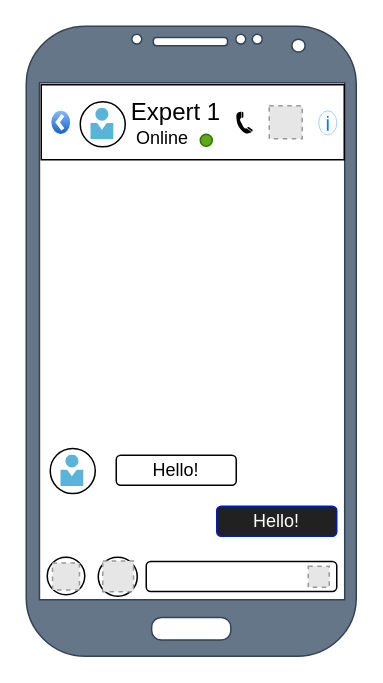
Above: ProtoTypes/ProtoType Week 3Diagram2.drawio in TeamProjectStarneo/get_help_app (draw.io), before the change. Source tidied: cells renumbered, new cells numbered last; positions are measured from the earlier drawing's top-left corner, leaving out a move shared by most shapes. Both pictures are drawn from the tidied source at 150%, with x=0, y=0 at pixel (26, 26). Pictures stored in the file or linked from it are replaced by grey dashed boxes.
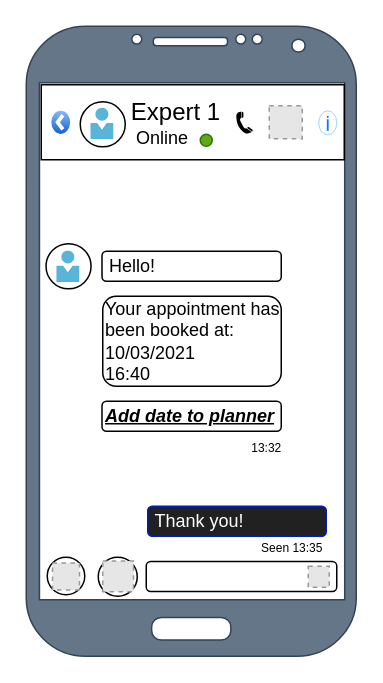
The same page after the edit.

Commit message:
Edited the messaging screen prototype :)

What changed in the source:
```diff
@@
     <mxCell id="4" style="ellipse;whiteSpace=wrap;html=1;" parent="1" vertex="1">
-      <mxGeometry x="16" y="281.5" width="30" height="30" as="geometry" />
+      <mxGeometry x="13.2" y="145" width="30" height="30" as="geometry" />
     </mxCell>
@@
     <mxCell id="12" style="html=1;align=center;image;fontSize=12;image=img/lib/mscae/Person.svg;" parent="1" vertex="1">
-      <mxGeometry x="23.2" y="286" width="15.5" height="21" as="geometry" />
+      <mxGeometry x="20.5" y="150" width="15.5" height="21" as="geometry" />
     </mxCell>
     <mxCell id="13" style="rounded=1;whiteSpace=wrap;html=1;" parent="1" vertex="1">
-      <mxGeometry x="60" y="286" width="80" height="20" as="geometry" />
+      <mxGeometry x="50.5" y="150" width="119.5" height="20" as="geometry" />
     </mxCell>
@@
     <mxCell id="22" value="Hello!" style="text;html=1;strokeColor=none;fillColor=none;align=center;verticalAlign=middle;whiteSpace=wrap;rounded=0;" parent="1" vertex="1">
-      <mxGeometry x="80" y="286" width="40" height="20" as="geometry" />
+      <mxGeometry x="51" y="150" width="40" height="20" as="geometry" />
     </mxCell>
     <mxCell id="23" style="rounded=1;whiteSpace=wrap;html=1;strokeColor=#001DBC;fontColor=#ffffff;fillColor=#212121;" parent="1" vertex="1">
-      <mxGeometry x="127" y="320" width="80" height="20" as="geometry" />
+      <mxGeometry x="81" y="320" width="119" height="20" as="geometry" />
     </mxCell>
-    <mxCell id="24" value="&lt;font color=&quot;#ffffff&quot;&gt;Hello!&lt;/font&gt;" style="text;html=1;align=center;verticalAlign=middle;whiteSpace=wrap;rounded=0;" parent="1" vertex="1">
-      <mxGeometry x="147" y="320" width="40" height="20" as="geometry" />
+    <mxCell id="24" value="&lt;font color=&quot;#ffffff&quot;&gt;Thank you!&lt;/font&gt;" style="text;html=1;align=left;verticalAlign=middle;whiteSpace=wrap;rounded=0;" parent="1" vertex="1">
+      <mxGeometry x="84" y="320" width="100" height="20" as="geometry" />
     </mxCell>
+    <mxCell id="25" value="Your appointment has been booked at: 10/03/2021&lt;br&gt;16:40&lt;br&gt;" style="rounded=1;whiteSpace=wrap;html=1;align=left;" parent="1" vertex="1">
+      <mxGeometry x="51" y="180" width="119" height="60" as="geometry" />
+    </mxCell>
+    <mxCell id="26" value="&lt;font style=&quot;font-size: 8px&quot;&gt;13:32&lt;/font&gt;" style="text;html=1;align=center;verticalAlign=middle;" parent="1" vertex="1">
+      <mxGeometry x="140" y="270" width="40" height="20" as="geometry" />
+    </mxCell>
+    <mxCell id="27" value="&lt;font style=&quot;font-size: 8px&quot;&gt;Seen 13:35&lt;/font&gt;" style="text;html=1;align=center;verticalAlign=middle;" parent="1" vertex="1">
+      <mxGeometry x="147" y="336.5" width="60" height="20" as="geometry" />
+    </mxCell>
+    <mxCell id="28" value="&lt;i&gt;&lt;b&gt;&lt;u&gt;Add date to planner&lt;/u&gt;&lt;/b&gt;&lt;/i&gt;" style="rounded=1;whiteSpace=wrap;html=1;align=left;" parent="1" vertex="1">
+      <mxGeometry x="50.5" y="250" width="119.5" height="20" as="geometry" />
+    </mxCell>
```
